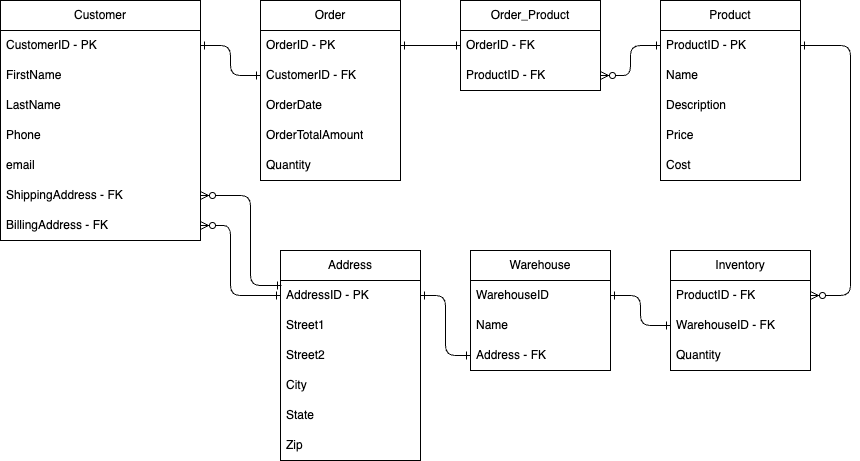
This is eCommerceDB.png from jeffozozo/IT2300, a draw.io export, as it was before one commit. Source tidied: cells renumbered, new cells last; positions are measured from the earlier drawing's top-left corner, leaving out a move shared by most shapes. Its diagram source:
```xml
<mxGraphModel>
  <root>
    <mxCell id="0" />
    <mxCell id="1" parent="0" />
    <mxCell id="2" value="Customer" style="swimlane;fontStyle=0;horizontal=1;startSize=30;whiteSpace=wrap;html=1;" parent="1" vertex="1">
      <mxGeometry width="200" height="240" as="geometry" />
    </mxCell>
    <mxCell id="3" value="CustomerID - PK" style="text;strokeColor=none;fillColor=none;align=left;verticalAlign=middle;spacingLeft=4;spacingRight=4;overflow=hidden;points=[[0,0.5],[1,0.5]];portConstraint=eastwest;whiteSpace=wrap;html=1;" parent="2" vertex="1">
      <mxGeometry y="30" width="200" height="30" as="geometry" />
    </mxCell>
    <mxCell id="4" value="FirstName" style="text;strokeColor=none;fillColor=none;align=left;verticalAlign=middle;spacingLeft=4;spacingRight=4;overflow=hidden;whiteSpace=wrap;html=1;" parent="2" vertex="1">
      <mxGeometry y="60" width="200" height="30" as="geometry" />
    </mxCell>
    <mxCell id="5" value="LastName" style="text;strokeColor=none;fillColor=none;align=left;verticalAlign=middle;spacingLeft=4;spacingRight=4;overflow=hidden;whiteSpace=wrap;html=1;" parent="2" vertex="1">
      <mxGeometry y="90" width="200" height="30" as="geometry" />
    </mxCell>
    <mxCell id="6" value="Phone" style="text;strokeColor=none;fillColor=none;align=left;verticalAlign=middle;spacingLeft=4;spacingRight=4;overflow=hidden;whiteSpace=wrap;html=1;" parent="2" vertex="1">
      <mxGeometry y="120" width="200" height="30" as="geometry" />
    </mxCell>
    <mxCell id="7" value="email" style="text;strokeColor=none;fillColor=none;align=left;verticalAlign=middle;spacingLeft=4;spacingRight=4;overflow=hidden;whiteSpace=wrap;html=1;" parent="2" vertex="1">
      <mxGeometry y="150" width="200" height="30" as="geometry" />
    </mxCell>
    <mxCell id="8" value="ShippingAddress - FK" style="text;strokeColor=none;fillColor=none;align=left;verticalAlign=middle;spacingLeft=4;spacingRight=4;overflow=hidden;points=[[0,0.5],[1,0.5]];portConstraint=eastwest;whiteSpace=wrap;html=1;" parent="2" vertex="1">
      <mxGeometry y="180" width="200" height="30" as="geometry" />
    </mxCell>
    <mxCell id="9" value="BillingAddress - FK" style="text;strokeColor=none;fillColor=none;align=left;verticalAlign=middle;spacingLeft=4;spacingRight=4;overflow=hidden;points=[[0,0.5],[1,0.5]];portConstraint=eastwest;whiteSpace=wrap;html=1;" parent="2" vertex="1">
      <mxGeometry y="210" width="200" height="30" as="geometry" />
    </mxCell>
    <mxCell id="10" value="Order" style="swimlane;fontStyle=0;horizontal=1;startSize=30;whiteSpace=wrap;html=1;" parent="1" vertex="1">
      <mxGeometry x="260" width="140" height="180" as="geometry" />
    </mxCell>
    <mxCell id="11" value="OrderID - PK" style="text;strokeColor=none;fillColor=none;align=left;verticalAlign=middle;spacingLeft=4;spacingRight=4;overflow=hidden;points=[[0,0.5],[1,0.5]];portConstraint=eastwest;whiteSpace=wrap;html=1;" parent="10" vertex="1">
      <mxGeometry y="30" width="140" height="30" as="geometry" />
    </mxCell>
    <mxCell id="12" value="CustomerID - FK" style="text;strokeColor=none;fillColor=none;align=left;verticalAlign=middle;spacingLeft=4;spacingRight=4;overflow=hidden;points=[[0,0.5],[1,0.5]];portConstraint=eastwest;whiteSpace=wrap;html=1;" parent="10" vertex="1">
      <mxGeometry y="60" width="140" height="30" as="geometry" />
    </mxCell>
    <mxCell id="13" value="OrderDate" style="text;strokeColor=none;fillColor=none;align=left;verticalAlign=middle;spacingLeft=4;spacingRight=4;overflow=hidden;whiteSpace=wrap;html=1;" parent="10" vertex="1">
      <mxGeometry y="90" width="140" height="30" as="geometry" />
    </mxCell>
    <mxCell id="14" value="OrderTotalAmount" style="text;strokeColor=none;fillColor=none;align=left;verticalAlign=middle;spacingLeft=4;spacingRight=4;overflow=hidden;whiteSpace=wrap;html=1;" parent="10" vertex="1">
      <mxGeometry y="120" width="140" height="30" as="geometry" />
    </mxCell>
    <mxCell id="15" value="Quantity" style="text;strokeColor=none;fillColor=none;align=left;verticalAlign=middle;spacingLeft=4;spacingRight=4;overflow=hidden;whiteSpace=wrap;html=1;" parent="10" vertex="1">
      <mxGeometry y="150" width="140" height="30" as="geometry" />
    </mxCell>
    <mxCell id="16" value="Product" style="swimlane;fontStyle=0;horizontal=1;startSize=30;whiteSpace=wrap;html=1;" parent="1" vertex="1">
      <mxGeometry x="660" width="140" height="180" as="geometry" />
    </mxCell>
    <mxCell id="17" value="ProductID - PK" style="text;strokeColor=none;fillColor=none;align=left;verticalAlign=middle;spacingLeft=4;spacingRight=4;overflow=hidden;points=[[0,0.5],[1,0.5]];portConstraint=eastwest;whiteSpace=wrap;html=1;" parent="16" vertex="1">
      <mxGeometry y="30" width="140" height="30" as="geometry" />
    </mxCell>
    <mxCell id="18" value="Name" style="text;strokeColor=none;fillColor=none;align=left;verticalAlign=middle;spacingLeft=4;spacingRight=4;overflow=hidden;whiteSpace=wrap;html=1;" parent="16" vertex="1">
      <mxGeometry y="60" width="140" height="30" as="geometry" />
    </mxCell>
    <mxCell id="19" value="Description" style="text;strokeColor=none;fillColor=none;align=left;verticalAlign=middle;spacingLeft=4;spacingRight=4;overflow=hidden;whiteSpace=wrap;html=1;" parent="16" vertex="1">
      <mxGeometry y="90" width="140" height="30" as="geometry" />
    </mxCell>
    <mxCell id="20" value="Price" style="text;strokeColor=none;fillColor=none;align=left;verticalAlign=middle;spacingLeft=4;spacingRight=4;overflow=hidden;whiteSpace=wrap;html=1;" parent="16" vertex="1">
      <mxGeometry y="120" width="140" height="30" as="geometry" />
    </mxCell>
    <mxCell id="21" value="Cost" style="text;strokeColor=none;fillColor=none;align=left;verticalAlign=middle;spacingLeft=4;spacingRight=4;overflow=hidden;whiteSpace=wrap;html=1;" parent="16" vertex="1">
      <mxGeometry y="150" width="140" height="30" as="geometry" />
    </mxCell>
    <mxCell id="22" value="Inventory" style="swimlane;fontStyle=0;horizontal=1;startSize=30;whiteSpace=wrap;html=1;" parent="1" vertex="1">
      <mxGeometry x="670" y="250" width="140" height="120" as="geometry" />
    </mxCell>
    <mxCell id="23" value="ProductID - FK" style="text;strokeColor=none;fillColor=none;align=left;verticalAlign=middle;spacingLeft=4;spacingRight=4;overflow=hidden;points=[[0,0.5],[1,0.5]];portConstraint=eastwest;whiteSpace=wrap;html=1;" parent="22" vertex="1">
      <mxGeometry y="30" width="140" height="30" as="geometry" />
    </mxCell>
    <mxCell id="24" value="WarehouseID - FK" style="text;strokeColor=none;fillColor=none;align=left;verticalAlign=middle;spacingLeft=4;spacingRight=4;overflow=hidden;points=[[0,0.5],[1,0.5]];portConstraint=eastwest;whiteSpace=wrap;html=1;" parent="22" vertex="1">
      <mxGeometry y="60" width="140" height="30" as="geometry" />
    </mxCell>
    <mxCell id="25" value="Quantity" style="text;strokeColor=none;fillColor=none;align=left;verticalAlign=middle;spacingLeft=4;spacingRight=4;overflow=hidden;whiteSpace=wrap;html=1;" parent="22" vertex="1">
      <mxGeometry y="90" width="140" height="30" as="geometry" />
    </mxCell>
    <mxCell id="26" value="Warehouse" style="swimlane;fontStyle=0;horizontal=1;startSize=30;whiteSpace=wrap;html=1;" parent="1" vertex="1">
      <mxGeometry x="470" y="250" width="140" height="120" as="geometry" />
    </mxCell>
    <mxCell id="27" value="WarehouseID" style="text;strokeColor=none;fillColor=none;align=left;verticalAlign=middle;spacingLeft=4;spacingRight=4;overflow=hidden;points=[[0,0.5],[1,0.5]];portConstraint=eastwest;whiteSpace=wrap;html=1;" parent="26" vertex="1">
      <mxGeometry y="30" width="140" height="30" as="geometry" />
    </mxCell>
    <mxCell id="28" value="Name" style="text;strokeColor=none;fillColor=none;align=left;verticalAlign=middle;spacingLeft=4;spacingRight=4;overflow=hidden;whiteSpace=wrap;html=1;" parent="26" vertex="1">
      <mxGeometry y="60" width="140" height="30" as="geometry" />
    </mxCell>
    <mxCell id="29" value="Address - FK" style="text;strokeColor=none;fillColor=none;align=left;verticalAlign=middle;spacingLeft=4;spacingRight=4;overflow=hidden;points=[[0,0.5],[1,0.5]];portConstraint=eastwest;whiteSpace=wrap;html=1;" parent="26" vertex="1">
      <mxGeometry y="90" width="140" height="30" as="geometry" />
    </mxCell>
    <mxCell id="30" value="Address" style="swimlane;fontStyle=0;horizontal=1;startSize=30;whiteSpace=wrap;html=1;" parent="1" vertex="1">
      <mxGeometry x="280" y="250" width="140" height="210" as="geometry" />
    </mxCell>
    <mxCell id="31" value="AddressID - PK" style="text;strokeColor=none;fillColor=none;align=left;verticalAlign=middle;spacingLeft=4;spacingRight=4;overflow=hidden;points=[[0,0.5],[1,0.5]];portConstraint=eastwest;whiteSpace=wrap;html=1;" parent="30" vertex="1">
      <mxGeometry y="30" width="140" height="30" as="geometry" />
    </mxCell>
    <mxCell id="32" value="Street1" style="text;strokeColor=none;fillColor=none;align=left;verticalAlign=middle;spacingLeft=4;spacingRight=4;overflow=hidden;whiteSpace=wrap;html=1;" parent="30" vertex="1">
      <mxGeometry y="60" width="140" height="30" as="geometry" />
    </mxCell>
    <mxCell id="33" value="Street2" style="text;strokeColor=none;fillColor=none;align=left;verticalAlign=middle;spacingLeft=4;spacingRight=4;overflow=hidden;whiteSpace=wrap;html=1;" parent="30" vertex="1">
      <mxGeometry y="90" width="140" height="30" as="geometry" />
    </mxCell>
    <mxCell id="34" value="City" style="text;strokeColor=none;fillColor=none;align=left;verticalAlign=middle;spacingLeft=4;spacingRight=4;overflow=hidden;whiteSpace=wrap;html=1;" parent="30" vertex="1">
      <mxGeometry y="120" width="140" height="30" as="geometry" />
    </mxCell>
    <mxCell id="35" value="State" style="text;strokeColor=none;fillColor=none;align=left;verticalAlign=middle;spacingLeft=4;spacingRight=4;overflow=hidden;whiteSpace=wrap;html=1;" parent="30" vertex="1">
      <mxGeometry y="150" width="140" height="30" as="geometry" />
    </mxCell>
    <mxCell id="36" value="Zip" style="text;strokeColor=none;fillColor=none;align=left;verticalAlign=middle;spacingLeft=4;spacingRight=4;overflow=hidden;whiteSpace=wrap;html=1;" parent="30" vertex="1">
      <mxGeometry y="180" width="140" height="30" as="geometry" />
    </mxCell>
    <mxCell id="37" style="endArrow=ERone;html=1;rounded=1;exitX=1;exitY=0.5;exitDx=0;exitDy=0;entryX=0;entryY=0.5;entryDx=0;entryDy=0;edgeStyle=orthogonalEdgeStyle;curved=0;startArrow=ERone;startFill=0;endFill=0;" parent="1" edge="1" source="3" target="12">
      <mxGeometry relative="1" as="geometry" />
    </mxCell>
    <mxCell id="38" style="endArrow=ERone;html=1;rounded=1;exitX=1;exitY=0.5;exitDx=0;exitDy=0;entryX=0.007;entryY=0.167;entryDx=0;entryDy=0;entryPerimeter=0;edgeStyle=elbowEdgeStyle;curved=0;startArrow=ERzeroToMany;startFill=0;endFill=0;" parent="1" edge="1" source="8" target="31">
      <mxGeometry relative="1" as="geometry">
        <Array as="points">
          <mxPoint x="250" y="240" />
        </Array>
      </mxGeometry>
    </mxCell>
    <mxCell id="39" style="endArrow=ERzeroToMany;html=1;rounded=1;entryX=1;entryY=0.5;entryDx=0;entryDy=0;exitX=0;exitY=0.5;exitDx=0;exitDy=0;edgeStyle=elbowEdgeStyle;curved=0;endFill=0;startArrow=ERone;startFill=0;" parent="1" edge="1" source="31" target="9">
      <mxGeometry relative="1" as="geometry">
        <Array as="points">
          <mxPoint x="230" y="260" />
        </Array>
      </mxGeometry>
    </mxCell>
    <mxCell id="40" style="endArrow=ERzeroToMany;html=1;rounded=1;entryX=1;entryY=0.5;entryDx=0;entryDy=0;exitX=1;exitY=0.5;exitDx=0;exitDy=0;edgeStyle=elbowEdgeStyle;curved=0;startArrow=ERone;startFill=0;endFill=0;" parent="1" edge="1" source="17" target="23">
      <mxGeometry relative="1" as="geometry">
        <Array as="points">
          <mxPoint x="850" y="160" />
        </Array>
      </mxGeometry>
    </mxCell>
    <mxCell id="41" style="endArrow=ERone;html=1;rounded=1;entryX=0;entryY=0.5;entryDx=0;entryDy=0;exitX=1;exitY=0.5;exitDx=0;exitDy=0;edgeStyle=elbowEdgeStyle;startArrow=ERone;startFill=0;endFill=0;" parent="1" edge="1" source="31" target="29">
      <mxGeometry relative="1" as="geometry" />
    </mxCell>
    <mxCell id="42" value="Order_Product" style="swimlane;fontStyle=0;horizontal=1;startSize=30;whiteSpace=wrap;html=1;" parent="1" vertex="1">
      <mxGeometry x="460" width="140" height="90" as="geometry" />
    </mxCell>
    <mxCell id="43" value="OrderID - FK" style="text;strokeColor=none;fillColor=none;align=left;verticalAlign=middle;spacingLeft=4;spacingRight=4;overflow=hidden;points=[[0,0.5],[1,0.5]];portConstraint=eastwest;whiteSpace=wrap;html=1;" parent="42" vertex="1">
      <mxGeometry y="30" width="140" height="30" as="geometry" />
    </mxCell>
    <mxCell id="44" value="ProductID - FK" style="text;strokeColor=none;fillColor=none;align=left;verticalAlign=middle;spacingLeft=4;spacingRight=4;overflow=hidden;points=[[0,0.5],[1,0.5]];portConstraint=eastwest;whiteSpace=wrap;html=1;" parent="42" vertex="1">
      <mxGeometry y="60" width="140" height="30" as="geometry" />
    </mxCell>
    <mxCell id="45" style="endArrow=ERone;html=1;rounded=1;entryX=0;entryY=0.5;entryDx=0;entryDy=0;exitX=1;exitY=0.5;exitDx=0;exitDy=0;edgeStyle=elbowEdgeStyle;curved=0;startArrow=ERone;startFill=0;endFill=0;" parent="1" edge="1" source="27" target="24">
      <mxGeometry relative="1" as="geometry" />
    </mxCell>
    <mxCell id="46" style="endArrow=ERone;html=1;rounded=0;entryX=0;entryY=0.5;entryDx=0;entryDy=0;exitX=1;exitY=0.5;exitDx=0;exitDy=0;startArrow=ERone;startFill=0;endFill=0;" parent="1" edge="1" source="11" target="43">
      <mxGeometry relative="1" as="geometry" />
    </mxCell>
    <mxCell id="47" style="endArrow=ERzeroToMany;html=1;rounded=1;exitX=0;exitY=0.5;exitDx=0;exitDy=0;entryX=1;entryY=0.5;entryDx=0;entryDy=0;edgeStyle=elbowEdgeStyle;curved=0;startArrow=ERone;startFill=0;endFill=0;" parent="1" edge="1" source="17" target="44">
      <mxGeometry relative="1" as="geometry" />
    </mxCell>
  </root>
</mxGraphModel>
```
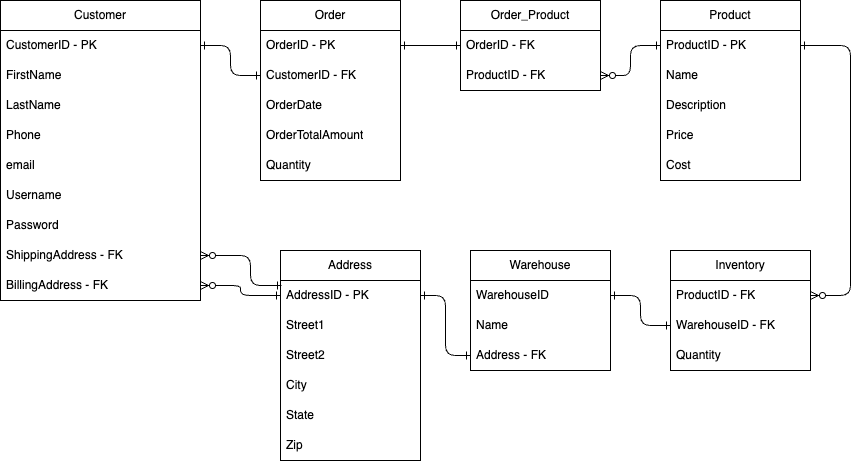
After the change.

What changed in the source:
```diff
@@ -3,7 +3,7 @@
     <mxCell id="0" />
     <mxCell id="1" parent="0" />
     <mxCell id="2" value="Customer" style="swimlane;fontStyle=0;horizontal=1;startSize=30;whiteSpace=wrap;html=1;" parent="1" vertex="1">
-      <mxGeometry width="200" height="240" as="geometry" />
+      <mxGeometry width="200" height="300" as="geometry" />
     </mxCell>
     <mxCell id="3" value="CustomerID - PK" style="text;strokeColor=none;fillColor=none;align=left;verticalAlign=middle;spacingLeft=4;spacingRight=4;overflow=hidden;points=[[0,0.5],[1,0.5]];portConstraint=eastwest;whiteSpace=wrap;html=1;" parent="2" vertex="1">
       <mxGeometry y="30" width="200" height="30" as="geometry" />
@@ -20,11 +20,17 @@
     <mxCell id="7" value="email" style="text;strokeColor=none;fillColor=none;align=left;verticalAlign=middle;spacingLeft=4;spacingRight=4;overflow=hidden;whiteSpace=wrap;html=1;" parent="2" vertex="1">
       <mxGeometry y="150" width="200" height="30" as="geometry" />
     </mxCell>
+    <mxCell id="48" value="Username" style="text;strokeColor=none;fillColor=none;align=left;verticalAlign=middle;spacingLeft=4;spacingRight=4;overflow=hidden;whiteSpace=wrap;html=1;" parent="2" vertex="1">
+      <mxGeometry y="180" width="200" height="30" as="geometry" />
+    </mxCell>
+    <mxCell id="49" value="Password" style="text;strokeColor=none;fillColor=none;align=left;verticalAlign=middle;spacingLeft=4;spacingRight=4;overflow=hidden;whiteSpace=wrap;html=1;" parent="2" vertex="1">
+      <mxGeometry y="210" width="200" height="30" as="geometry" />
+    </mxCell>
     <mxCell id="8" value="ShippingAddress - FK" style="text;strokeColor=none;fillColor=none;align=left;verticalAlign=middle;spacingLeft=4;spacingRight=4;overflow=hidden;points=[[0,0.5],[1,0.5]];portConstraint=eastwest;whiteSpace=wrap;html=1;" parent="2" vertex="1">
-      <mxGeometry y="180" width="200" height="30" as="geometry" />
+      <mxGeometry y="240" width="200" height="30" as="geometry" />
     </mxCell>
     <mxCell id="9" value="BillingAddress - FK" style="text;strokeColor=none;fillColor=none;align=left;verticalAlign=middle;spacingLeft=4;spacingRight=4;overflow=hidden;points=[[0,0.5],[1,0.5]];portConstraint=eastwest;whiteSpace=wrap;html=1;" parent="2" vertex="1">
-      <mxGeometry y="210" width="200" height="30" as="geometry" />
+      <mxGeometry y="270" width="200" height="30" as="geometry" />
     </mxCell>
     <mxCell id="10" value="Order" style="swimlane;fontStyle=0;horizontal=1;startSize=30;whiteSpace=wrap;html=1;" parent="1" vertex="1">
       <mxGeometry x="260" width="140" height="180" as="geometry" />
@@ -120,7 +126,7 @@
     <mxCell id="39" style="endArrow=ERzeroToMany;html=1;rounded=1;entryX=1;entryY=0.5;entryDx=0;entryDy=0;exitX=0;exitY=0.5;exitDx=0;exitDy=0;edgeStyle=elbowEdgeStyle;curved=0;endFill=0;startArrow=ERone;startFill=0;" parent="1" edge="1" source="31" target="9">
       <mxGeometry relative="1" as="geometry">
         <Array as="points">
-          <mxPoint x="230" y="260" />
+          <mxPoint x="240" y="270" />
         </Array>
       </mxGeometry>
     </mxCell>
```
